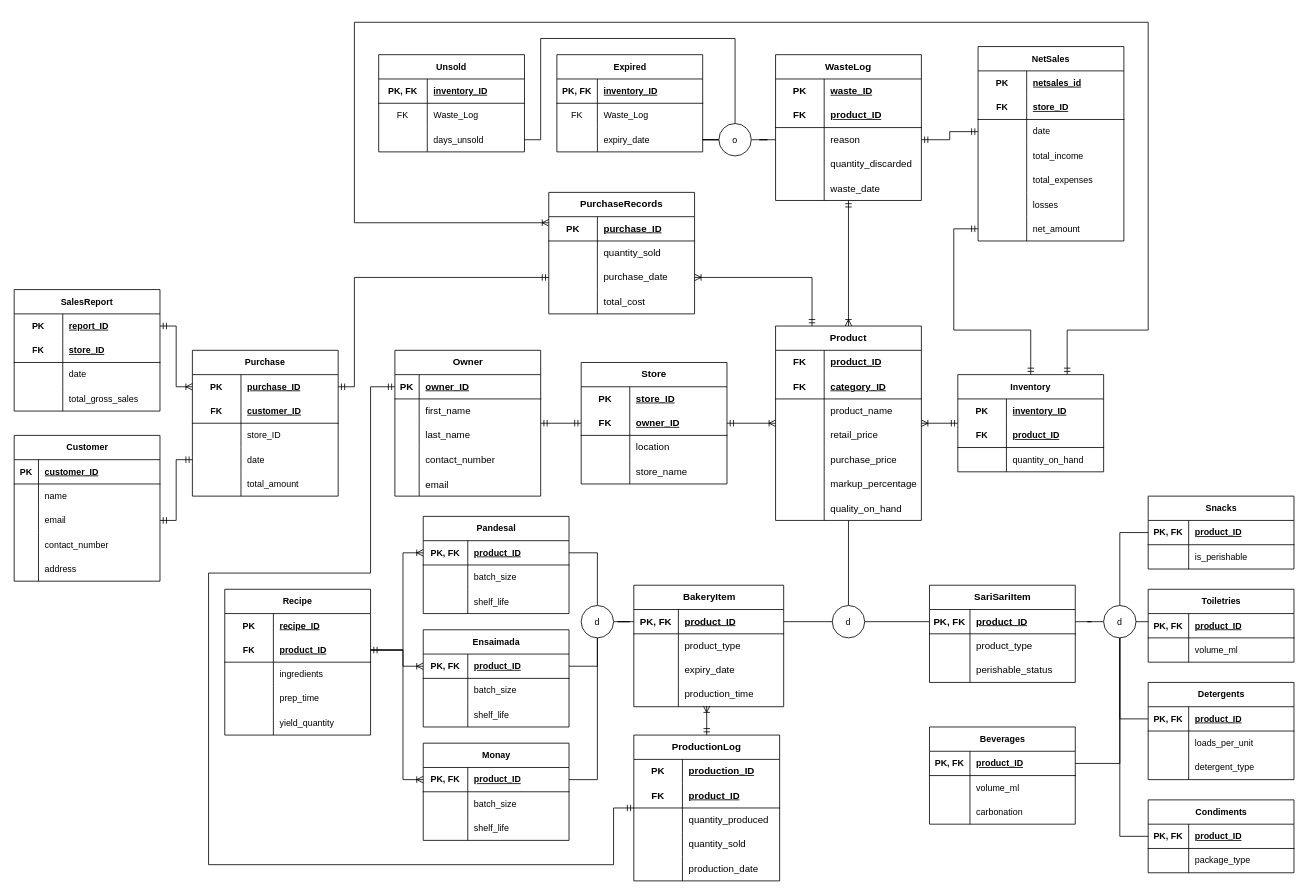
The draw.io diagram Reworked ERD.drawio in ConnedMaster/ITS131P, before the edit. Source tidied: cells renumbered, new cells numbered last; positions are measured from the earlier drawing's top-left corner, leaving out a move shared by most shapes. Both pictures are drawn from the tidied source at 81%, with x=0, y=0 at pixel (14, 22).
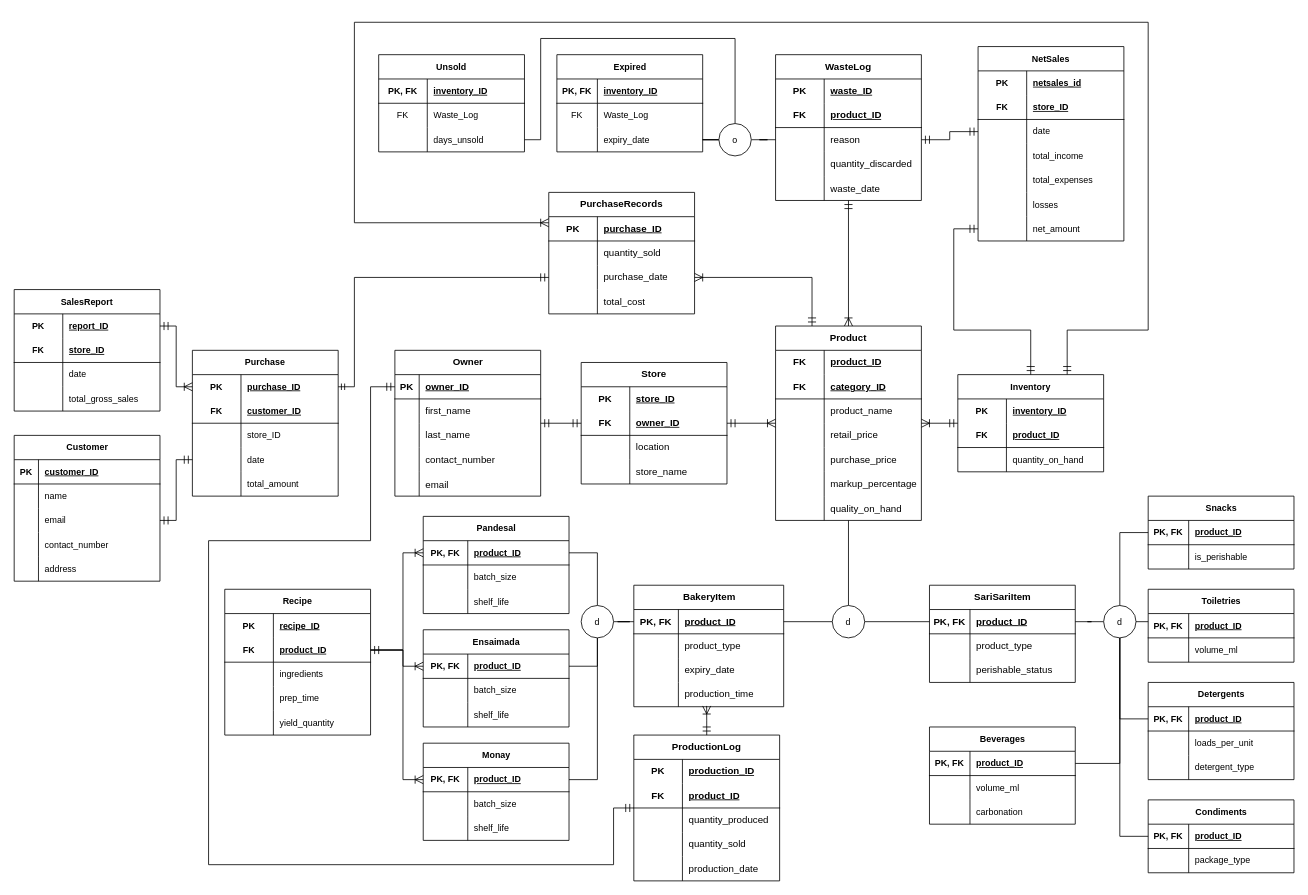
After the change.

Unchanged cells that the change refers to:
```xml
<mxCell id="34" value="Product" style="shape=table;startSize=30;childLayout=tableLayout;rowLines=0;fontStyle=1;align=center;html=1;whiteSpace=wrap;" parent="1" vertex="1">
  <mxGeometry x="940" y="375" width="180" height="240" as="geometry" />
</mxCell>
<mxCell id="56" value="WasteLog" style="shape=table;startSize=30;childLayout=tableLayout;rowLines=0;fontStyle=1;align=center;html=1;whiteSpace=wrap;" parent="1" vertex="1">
  <mxGeometry x="940" y="40" width="180" height="180" as="geometry" />
</mxCell>
<mxCell id="63" style="shape=tableRow;horizontal=0;startSize=0;swimlaneHead=0;swimlaneBody=0;fillColor=none;points=[[0,0.5],[1,0.5]];portConstraint=eastwest;top=0;left=0;right=0;bottom=0;html=1;" parent="56" vertex="1">
  <mxGeometry y="90" width="180" height="30" as="geometry" />
</mxCell>
<mxCell id="72" value="Owner" style="shape=table;startSize=30;childLayout=tableLayout;rowLines=0;fontStyle=1;align=center;html=1;" parent="1" vertex="1">
  <mxGeometry x="470" y="405" width="180" height="180" as="geometry" />
</mxCell>
<mxCell id="73" style="shape=tableRow;horizontal=0;startSize=0;swimlaneHead=0;swimlaneBody=0;fillColor=none;points=[[0,0.5],[1,0.5]];portConstraint=eastwest;top=0;left=0;right=0;bottom=1;" parent="72" vertex="1">
  <mxGeometry y="30" width="180" height="30" as="geometry" />
</mxCell>
<mxCell id="88" value="Store" style="shape=table;startSize=30;childLayout=tableLayout;rowLines=0;fontStyle=1;align=center;html=1;whiteSpace=wrap;" parent="1" vertex="1">
  <mxGeometry x="700" y="420" width="180" height="150" as="geometry" />
</mxCell>
<mxCell id="92" style="shape=tableRow;horizontal=0;startSize=0;swimlaneHead=0;swimlaneBody=0;fillColor=none;points=[[0,0.5],[1,0.5]];portConstraint=eastwest;top=0;left=0;right=0;bottom=1;html=1;" parent="88" vertex="1">
  <mxGeometry y="60" width="180" height="30" as="geometry" />
</mxCell>
<mxCell id="101" value="PurchaseRecords" style="shape=table;startSize=30;childLayout=tableLayout;rowLines=0;fontStyle=1;align=center;html=1;whiteSpace=wrap;" parent="1" vertex="1">
  <mxGeometry x="660" y="210" width="180" height="150" as="geometry" />
</mxCell>
<mxCell id="108" style="shape=tableRow;horizontal=0;startSize=0;swimlaneHead=0;swimlaneBody=0;fillColor=none;points=[[0,0.5],[1,0.5]];portConstraint=eastwest;top=0;left=0;right=0;bottom=0;html=1;" parent="101" vertex="1">
  <mxGeometry y="90" width="180" height="30" as="geometry" />
</mxCell>
<mxCell id="114" value="ProductionLog" style="shape=table;startSize=30;childLayout=tableLayout;rowLines=0;fontStyle=1;align=center;html=1;whiteSpace=wrap;" parent="1" vertex="1">
  <mxGeometry x="765" y="880" width="180" height="180" as="geometry" />
</mxCell>
<mxCell id="140" style="shape=tableRow;horizontal=0;startSize=0;swimlaneHead=0;swimlaneBody=0;fillColor=none;points=[[0,0.5],[1,0.5]];portConstraint=eastwest;top=0;left=0;right=0;bottom=0;" parent="130" vertex="1">
  <mxGeometry y="120" width="185" height="30" as="geometry" />
</mxCell>
<mxCell id="143" value="Inventory" style="shape=table;startSize=30;childLayout=tableLayout;rowLines=0;fontStyle=1;align=center;html=1;whiteSpace=wrap;fontFamily=Helvetica;fontSize=11;fontColor=default;labelBackgroundColor=default;" parent="1" vertex="1">
  <mxGeometry x="1165" y="435" width="180" height="120" as="geometry" />
</mxCell>
<mxCell id="170" style="shape=tableRow;horizontal=0;startSize=0;swimlaneHead=0;swimlaneBody=0;fillColor=none;points=[[0,0.5],[1,0.5]];portConstraint=eastwest;top=0;left=0;right=0;bottom=0;html=1;fontFamily=Helvetica;fontSize=11;fontColor=default;labelBackgroundColor=default;" parent="163" vertex="1">
  <mxGeometry y="90" width="180" height="30" as="geometry" />
</mxCell>
<mxCell id="182" style="shape=tableRow;horizontal=0;startSize=0;swimlaneHead=0;swimlaneBody=0;fillColor=none;points=[[0,0.5],[1,0.5]];portConstraint=eastwest;top=0;left=0;right=0;bottom=0;fontFamily=Helvetica;fontSize=11;fontColor=default;labelBackgroundColor=default;" parent="163" vertex="1">
  <mxGeometry y="210" width="180" height="30" as="geometry" />
</mxCell>
<mxCell id="189" style="shape=tableRow;horizontal=0;startSize=0;swimlaneHead=0;swimlaneBody=0;fillColor=none;points=[[0,0.5],[1,0.5]];portConstraint=eastwest;top=0;left=0;right=0;bottom=1;html=1;fontFamily=Helvetica;fontSize=11;fontColor=default;labelBackgroundColor=default;" parent="185" vertex="1">
  <mxGeometry y="60" width="180" height="30" as="geometry" />
</mxCell>
<mxCell id="203" style="shape=tableRow;horizontal=0;startSize=0;swimlaneHead=0;swimlaneBody=0;fillColor=none;points=[[0,0.5],[1,0.5]];portConstraint=eastwest;top=0;left=0;right=0;bottom=0;html=1;fontFamily=Helvetica;fontSize=11;fontColor=default;labelBackgroundColor=default;" parent="202" vertex="1">
  <mxGeometry y="30" width="180" height="30" as="geometry" />
</mxCell>
<mxCell id="222" style="shape=tableRow;horizontal=0;startSize=0;swimlaneHead=0;swimlaneBody=0;fillColor=none;points=[[0,0.5],[1,0.5]];portConstraint=eastwest;top=0;left=0;right=0;bottom=0;fontFamily=Helvetica;fontSize=11;fontColor=default;labelBackgroundColor=default;" parent="215" vertex="1">
  <mxGeometry y="90" width="180" height="30" as="geometry" />
</mxCell>
<mxCell id="232" style="shape=tableRow;horizontal=0;startSize=0;swimlaneHead=0;swimlaneBody=0;fillColor=none;points=[[0,0.5],[1,0.5]];portConstraint=eastwest;top=0;left=0;right=0;bottom=0;html=1;fontFamily=Helvetica;fontSize=11;fontColor=default;labelBackgroundColor=default;" parent="231" vertex="1">
  <mxGeometry y="30" width="180" height="30" as="geometry" />
</mxCell>
<mxCell id="241" style="shape=tableRow;horizontal=0;startSize=0;swimlaneHead=0;swimlaneBody=0;fillColor=none;points=[[0,0.5],[1,0.5]];portConstraint=eastwest;top=0;left=0;right=0;bottom=0;html=1;fontFamily=Helvetica;fontSize=11;fontColor=default;labelBackgroundColor=default;" parent="231" vertex="1">
  <mxGeometry y="120" width="180" height="30" as="geometry" />
</mxCell>
<mxCell id="248" style="shape=tableRow;horizontal=0;startSize=0;swimlaneHead=0;swimlaneBody=0;fillColor=none;points=[[0,0.5],[1,0.5]];portConstraint=eastwest;top=0;left=0;right=0;bottom=1;fontFamily=Helvetica;fontSize=11;fontColor=default;labelBackgroundColor=default;" parent="247" vertex="1">
  <mxGeometry y="30" width="180" height="30" as="geometry" />
</mxCell>
<mxCell id="258" style="shape=tableRow;horizontal=0;startSize=0;swimlaneHead=0;swimlaneBody=0;fillColor=none;points=[[0,0.5],[1,0.5]];portConstraint=eastwest;top=0;left=0;right=0;bottom=1;fontFamily=Helvetica;fontSize=11;fontColor=default;labelBackgroundColor=default;" parent="257" vertex="1">
  <mxGeometry y="30" width="180" height="30" as="geometry" />
</mxCell>
<mxCell id="268" style="shape=tableRow;horizontal=0;startSize=0;swimlaneHead=0;swimlaneBody=0;fillColor=none;points=[[0,0.5],[1,0.5]];portConstraint=eastwest;top=0;left=0;right=0;bottom=1;fontFamily=Helvetica;fontSize=11;fontColor=default;labelBackgroundColor=default;" parent="267" vertex="1">
  <mxGeometry y="30" width="180" height="30" as="geometry" />
</mxCell>
```

What changed in the source:
```diff
@@
-    <mxCell id="17" style="edgeStyle=orthogonalEdgeStyle;shape=connector;rounded=0;jettySize=auto;html=1;strokeColor=default;align=center;verticalAlign=middle;fontFamily=Helvetica;fontSize=11;fontColor=default;labelBackgroundColor=default;startFill=0;endArrow=ERmandOne;exitX=0;exitY=0.25;exitDx=0;exitDy=0;endFill=0;startArrow=ERoneToMany;entryX=0.75;entryY=0;entryDx=0;entryDy=0;" parent="1" edge="1" source="101" target="143">
+    <mxCell id="17" style="edgeStyle=orthogonalEdgeStyle;shape=connector;rounded=0;jettySize=auto;html=1;strokeColor=default;align=center;verticalAlign=middle;fontFamily=Helvetica;fontSize=11;fontColor=default;labelBackgroundColor=default;startFill=0;endArrow=ERmandOne;exitX=0;exitY=0.25;exitDx=0;exitDy=0;endFill=0;startArrow=ERoneToMany;entryX=0.75;entryY=0;entryDx=0;entryDy=0;endSize=8;startSize=8;" parent="1" edge="1" source="101" target="143">
       <mxGeometry relative="1" as="geometry">
         <Array as="points">
           <mxPoint x="420" y="248" />
           <mxPoint x="420" />
           <mxPoint x="1400" />
           <mxPoint x="1400" y="380" />
           <mxPoint x="1300" y="380" />
         </Array>
       </mxGeometry>
     </mxCell>
-    <mxCell id="18" style="edgeStyle=orthogonalEdgeStyle;shape=connector;rounded=0;jettySize=auto;html=1;entryX=1;entryY=0.5;entryDx=0;entryDy=0;strokeColor=default;align=center;verticalAlign=middle;fontFamily=Helvetica;fontSize=11;fontColor=default;labelBackgroundColor=default;endArrow=ERmandOne;endFill=0;startArrow=ERoneToMany;startFill=0;exitX=0;exitY=0.5;exitDx=0;exitDy=0;" parent="1" edge="1" source="232" target="203">
+    <mxCell id="18" style="edgeStyle=orthogonalEdgeStyle;shape=connector;rounded=0;jettySize=auto;html=1;entryX=1;entryY=0.5;entryDx=0;entryDy=0;strokeColor=default;align=center;verticalAlign=middle;fontFamily=Helvetica;fontSize=11;fontColor=default;labelBackgroundColor=default;endArrow=ERmandOne;endFill=0;startArrow=ERoneToMany;startFill=0;exitX=0;exitY=0.5;exitDx=0;exitDy=0;startSize=8;endSize=8;" parent="1" edge="1" source="232" target="203">
       <mxGeometry relative="1" as="geometry">
         <Array as="points">
           <mxPoint x="200" y="450" />
           <mxPoint x="200" y="375" />
         </Array>
       </mxGeometry>
     </mxCell>
@@
-    <mxCell id="23" style="edgeStyle=orthogonalEdgeStyle;shape=connector;rounded=0;jettySize=auto;html=1;entryX=0.25;entryY=0;entryDx=0;entryDy=0;strokeColor=default;align=center;verticalAlign=middle;fontFamily=Helvetica;fontSize=11;fontColor=default;labelBackgroundColor=default;startFill=0;endArrow=ERmandOne;startArrow=ERoneToMany;endFill=0;exitX=1;exitY=0.5;exitDx=0;exitDy=0;" parent="1" edge="1" source="108" target="34">
+    <mxCell id="23" style="edgeStyle=orthogonalEdgeStyle;shape=connector;rounded=0;jettySize=auto;html=1;entryX=0.25;entryY=0;entryDx=0;entryDy=0;strokeColor=default;align=center;verticalAlign=middle;fontFamily=Helvetica;fontSize=11;fontColor=default;labelBackgroundColor=default;startFill=0;endArrow=ERmandOne;startArrow=ERoneToMany;endFill=0;exitX=1;exitY=0.5;exitDx=0;exitDy=0;startSize=8;endSize=8;" parent="1" edge="1" source="108" target="34">
       <mxGeometry relative="1" as="geometry">
         <Array as="points">
           <mxPoint x="985" y="315" />
         </Array>
       </mxGeometry>
     </mxCell>
@@
-    <mxCell id="153" style="edgeStyle=orthogonalEdgeStyle;fontSize=12;html=1;endArrow=ERmandOne;startArrow=ERmandOne;rounded=0;strokeColor=default;align=center;verticalAlign=middle;fontFamily=Helvetica;fontColor=default;labelBackgroundColor=default;entryX=0;entryY=0.5;entryDx=0;entryDy=0;exitX=1;exitY=0.5;exitDx=0;exitDy=0;" parent="1" edge="1" source="222" target="241">
+    <mxCell id="153" style="edgeStyle=orthogonalEdgeStyle;fontSize=12;html=1;endArrow=ERmandOne;startArrow=ERmandOne;rounded=0;strokeColor=default;align=center;verticalAlign=middle;fontFamily=Helvetica;fontColor=default;labelBackgroundColor=default;entryX=0;entryY=0.5;entryDx=0;entryDy=0;exitX=1;exitY=0.5;exitDx=0;exitDy=0;startSize=8;endSize=8;" parent="1" edge="1" source="222" target="241">
       <mxGeometry relative="1" as="geometry">
         <Array as="points">
           <mxPoint x="200" y="615" />
           <mxPoint x="200" y="540" />
         </Array>
       </mxGeometry>
     </mxCell>
-    <mxCell id="154" style="fontSize=12;html=1;endArrow=ERmandOne;startArrow=ERmandOne;rounded=0;strokeColor=default;align=center;verticalAlign=middle;fontFamily=Helvetica;fontColor=default;labelBackgroundColor=default;entryX=1;entryY=0.5;entryDx=0;entryDy=0;exitX=0;exitY=0.5;exitDx=0;exitDy=0;edgeStyle=orthogonalEdgeStyle;" parent="1" edge="1" source="108" target="232">
+    <mxCell id="154" style="fontSize=12;html=1;endArrow=ERmandOne;startArrow=ERmandOne;rounded=0;strokeColor=default;align=center;verticalAlign=middle;fontFamily=Helvetica;fontColor=default;labelBackgroundColor=default;entryX=1;entryY=0.5;entryDx=0;entryDy=0;exitX=0;exitY=0.5;exitDx=0;exitDy=0;edgeStyle=orthogonalEdgeStyle;strokeWidth=1;startSize=8;" parent="1" edge="1" source="108" target="232">
       <mxGeometry relative="1" as="geometry">
         <Array as="points">
           <mxPoint x="420" y="315" />
           <mxPoint x="420" y="450" />
         </Array>
       </mxGeometry>
     </mxCell>
-    <mxCell id="155" style="edgeStyle=orthogonalEdgeStyle;fontSize=12;html=1;endArrow=ERoneToMany;startArrow=ERmandOne;rounded=0;strokeColor=default;align=center;verticalAlign=middle;fontFamily=Helvetica;fontColor=default;labelBackgroundColor=default;exitX=0.5;exitY=1;exitDx=0;exitDy=0;entryX=0.5;entryY=0;entryDx=0;entryDy=0;" parent="1" edge="1" source="56" target="34">
+    <mxCell id="155" style="edgeStyle=orthogonalEdgeStyle;fontSize=12;html=1;endArrow=ERoneToMany;startArrow=ERmandOne;rounded=0;strokeColor=default;align=center;verticalAlign=middle;fontFamily=Helvetica;fontColor=default;labelBackgroundColor=default;exitX=0.5;exitY=1;exitDx=0;exitDy=0;entryX=0.5;entryY=0;entryDx=0;entryDy=0;startSize=8;endSize=8;" parent="1" edge="1" source="56" target="34">
       <mxGeometry relative="1" as="geometry" />
     </mxCell>
-    <mxCell id="156" style="edgeStyle=orthogonalEdgeStyle;fontSize=12;html=1;endArrow=ERmandOne;startArrow=ERmandOne;rounded=0;strokeColor=default;align=center;verticalAlign=middle;fontFamily=Helvetica;fontColor=default;labelBackgroundColor=default;entryX=0;entryY=0.5;entryDx=0;entryDy=0;exitX=1;exitY=0.5;exitDx=0;exitDy=0;" parent="1" edge="1" source="63" target="170">
+    <mxCell id="156" style="edgeStyle=orthogonalEdgeStyle;fontSize=12;html=1;endArrow=ERmandOne;startArrow=ERmandOne;rounded=0;strokeColor=default;align=center;verticalAlign=middle;fontFamily=Helvetica;fontColor=default;labelBackgroundColor=default;entryX=0;entryY=0.5;entryDx=0;entryDy=0;exitX=1;exitY=0.5;exitDx=0;exitDy=0;startSize=8;endSize=8;" parent="1" edge="1" source="63" target="170">
       <mxGeometry relative="1" as="geometry" />
     </mxCell>
-    <mxCell id="157" style="edgeStyle=orthogonalEdgeStyle;fontSize=12;html=1;endArrow=ERoneToMany;startArrow=ERmandOne;rounded=0;strokeColor=default;align=center;verticalAlign=middle;fontFamily=Helvetica;fontColor=default;labelBackgroundColor=default;entryX=1;entryY=0.5;entryDx=0;entryDy=0;exitX=0;exitY=0.5;exitDx=0;exitDy=0;" parent="1" edge="1" source="143" target="34">
+    <mxCell id="157" style="edgeStyle=orthogonalEdgeStyle;fontSize=12;html=1;endArrow=ERoneToMany;startArrow=ERmandOne;rounded=0;strokeColor=default;align=center;verticalAlign=middle;fontFamily=Helvetica;fontColor=default;labelBackgroundColor=default;entryX=1;entryY=0.5;entryDx=0;entryDy=0;exitX=0;exitY=0.5;exitDx=0;exitDy=0;startSize=8;endSize=8;" parent="1" edge="1" source="143" target="34">
       <mxGeometry relative="1" as="geometry" />
     </mxCell>
-    <mxCell id="158" style="edgeStyle=orthogonalEdgeStyle;fontSize=12;html=1;endArrow=ERmandOne;startArrow=ERmandOne;rounded=0;strokeColor=default;align=center;verticalAlign=middle;fontFamily=Helvetica;fontColor=default;labelBackgroundColor=default;entryX=0;entryY=0.5;entryDx=0;entryDy=0;exitX=0.5;exitY=0;exitDx=0;exitDy=0;" parent="1" edge="1" source="143" target="182">
+    <mxCell id="158" style="edgeStyle=orthogonalEdgeStyle;fontSize=12;html=1;endArrow=ERmandOne;startArrow=ERmandOne;rounded=0;strokeColor=default;align=center;verticalAlign=middle;fontFamily=Helvetica;fontColor=default;labelBackgroundColor=default;entryX=0;entryY=0.5;entryDx=0;entryDy=0;exitX=0.5;exitY=0;exitDx=0;exitDy=0;startSize=8;endSize=8;" parent="1" edge="1" source="143" target="182">
       <mxGeometry relative="1" as="geometry">
         <Array as="points">
           <mxPoint x="1255" y="380" />
           <mxPoint x="1160" y="380" />
           <mxPoint x="1160" y="255" />
         </Array>
       </mxGeometry>
     </mxCell>
-    <mxCell id="159" style="edgeStyle=orthogonalEdgeStyle;fontSize=12;html=1;endArrow=ERoneToMany;startArrow=ERmandOne;rounded=0;strokeColor=default;align=center;verticalAlign=middle;fontFamily=Helvetica;fontColor=default;labelBackgroundColor=default;entryX=0;entryY=0.5;entryDx=0;entryDy=0;exitX=1;exitY=0.5;exitDx=0;exitDy=0;" parent="1" edge="1" source="88" target="34">
+    <mxCell id="159" style="edgeStyle=orthogonalEdgeStyle;fontSize=12;html=1;endArrow=ERoneToMany;startArrow=ERmandOne;rounded=0;strokeColor=default;align=center;verticalAlign=middle;fontFamily=Helvetica;fontColor=default;labelBackgroundColor=default;entryX=0;entryY=0.5;entryDx=0;entryDy=0;exitX=1;exitY=0.5;exitDx=0;exitDy=0;startSize=8;endSize=8;" parent="1" edge="1" source="88" target="34">
       <mxGeometry relative="1" as="geometry" />
     </mxCell>
-    <mxCell id="160" style="edgeStyle=orthogonalEdgeStyle;fontSize=12;html=1;endArrow=ERmandOne;startArrow=ERmandOne;rounded=0;strokeColor=default;align=center;verticalAlign=middle;fontFamily=Helvetica;fontColor=default;labelBackgroundColor=default;entryX=0;entryY=0.5;entryDx=0;entryDy=0;exitX=1;exitY=0.5;exitDx=0;exitDy=0;" parent="1" edge="1" source="72" target="92">
+    <mxCell id="160" style="edgeStyle=orthogonalEdgeStyle;fontSize=12;html=1;endArrow=ERmandOne;startArrow=ERmandOne;rounded=0;strokeColor=default;align=center;verticalAlign=middle;fontFamily=Helvetica;fontColor=default;labelBackgroundColor=default;entryX=0;entryY=0.5;entryDx=0;entryDy=0;exitX=1;exitY=0.5;exitDx=0;exitDy=0;startSize=8;endSize=8;" parent="1" edge="1" source="72" target="92">
       <mxGeometry relative="1" as="geometry" />
     </mxCell>
-    <mxCell id="161" style="edgeStyle=orthogonalEdgeStyle;fontSize=12;html=1;endArrow=ERmandOne;startArrow=ERmandOne;rounded=0;strokeColor=default;align=center;verticalAlign=middle;fontFamily=Helvetica;fontColor=default;labelBackgroundColor=default;exitX=0;exitY=0.5;exitDx=0;exitDy=0;entryX=0;entryY=0.5;entryDx=0;entryDy=0;" parent="1" edge="1" source="114" target="73">
+    <mxCell id="161" style="edgeStyle=orthogonalEdgeStyle;fontSize=12;html=1;endArrow=ERmandOne;startArrow=ERmandOne;rounded=0;strokeColor=default;align=center;verticalAlign=middle;fontFamily=Helvetica;fontColor=default;labelBackgroundColor=default;exitX=0;exitY=0.5;exitDx=0;exitDy=0;entryX=0;entryY=0.5;entryDx=0;entryDy=0;startSize=8;endSize=8;" parent="1" edge="1" source="114" target="73">
       <mxGeometry relative="1" as="geometry">
         <Array as="points">
           <mxPoint x="740" y="970" />
           <mxPoint x="740" y="1040" />
           <mxPoint x="240" y="1040" />
-          <mxPoint x="240" y="680" />
-          <mxPoint x="440" y="680" />
+          <mxPoint x="240" y="640" />
+          <mxPoint x="440" y="640" />
           <mxPoint x="440" y="450" />
         </Array>
       </mxGeometry>
     </mxCell>
-    <mxCell id="162" style="edgeStyle=orthogonalEdgeStyle;fontSize=12;html=1;endArrow=ERoneToMany;startArrow=ERmandOne;rounded=0;strokeColor=default;align=center;verticalAlign=middle;fontFamily=Helvetica;fontColor=default;labelBackgroundColor=default;entryX=0.486;entryY=0.967;entryDx=0;entryDy=0;entryPerimeter=0;exitX=0.5;exitY=0;exitDx=0;exitDy=0;" parent="1" edge="1" source="114" target="140">
+    <mxCell id="162" style="edgeStyle=orthogonalEdgeStyle;fontSize=12;html=1;endArrow=ERoneToMany;startArrow=ERmandOne;rounded=0;strokeColor=default;align=center;verticalAlign=middle;fontFamily=Helvetica;fontColor=default;labelBackgroundColor=default;entryX=0.486;entryY=0.967;entryDx=0;entryDy=0;entryPerimeter=0;exitX=0.5;exitY=0;exitDx=0;exitDy=0;startSize=8;endSize=8;" parent="1" edge="1" source="114" target="140">
       <mxGeometry relative="1" as="geometry" />
     </mxCell>
@@
-    <mxCell id="201" style="edgeStyle=orthogonalEdgeStyle;fontSize=12;html=1;endArrow=ERoneToMany;startArrow=ERmandOne;rounded=0;strokeColor=default;align=center;verticalAlign=middle;fontFamily=Helvetica;fontColor=default;labelBackgroundColor=default;exitX=1;exitY=0.5;exitDx=0;exitDy=0;entryX=0;entryY=0.5;entryDx=0;entryDy=0;" parent="1" edge="1" source="189" target="248">
+    <mxCell id="201" style="edgeStyle=orthogonalEdgeStyle;fontSize=12;html=1;endArrow=ERoneToMany;startArrow=ERmandOne;rounded=0;strokeColor=default;align=center;verticalAlign=middle;fontFamily=Helvetica;fontColor=default;labelBackgroundColor=default;exitX=1;exitY=0.5;exitDx=0;exitDy=0;entryX=0;entryY=0.5;entryDx=0;entryDy=0;startSize=8;endSize=8;" parent="1" edge="1" source="189" target="248">
       <mxGeometry relative="1" as="geometry">
         <Array as="points">
           <mxPoint x="480" y="775" />
           <mxPoint x="480" y="655" />
         </Array>
       </mxGeometry>
     </mxCell>
@@
-    <mxCell id="277" style="edgeStyle=orthogonalEdgeStyle;shape=connector;rounded=0;jettySize=auto;html=1;entryX=1;entryY=0.5;entryDx=0;entryDy=0;strokeColor=default;align=center;verticalAlign=middle;fontFamily=Helvetica;fontSize=11;fontColor=default;labelBackgroundColor=default;endArrow=none;endFill=0;startArrow=ERoneToMany;startFill=0;exitX=0;exitY=0.5;exitDx=0;exitDy=0;" parent="1" edge="1" source="258" target="189">
+    <mxCell id="277" style="edgeStyle=orthogonalEdgeStyle;shape=connector;rounded=0;jettySize=auto;html=1;entryX=1;entryY=0.5;entryDx=0;entryDy=0;strokeColor=default;align=center;verticalAlign=middle;fontFamily=Helvetica;fontSize=11;fontColor=default;labelBackgroundColor=default;endArrow=none;endFill=0;startArrow=ERoneToMany;startFill=0;exitX=0;exitY=0.5;exitDx=0;exitDy=0;startSize=8;endSize=8;" parent="1" edge="1" source="258" target="189">
       <mxGeometry relative="1" as="geometry">
         <Array as="points">
           <mxPoint x="480" y="795" />
           <mxPoint x="480" y="775" />
         </Array>
       </mxGeometry>
     </mxCell>
-    <mxCell id="278" style="edgeStyle=orthogonalEdgeStyle;shape=connector;rounded=0;jettySize=auto;html=1;entryX=1;entryY=0.5;entryDx=0;entryDy=0;strokeColor=default;align=center;verticalAlign=middle;fontFamily=Helvetica;fontSize=11;fontColor=default;labelBackgroundColor=default;endArrow=none;endFill=0;startArrow=ERoneToMany;startFill=0;exitX=0;exitY=0.5;exitDx=0;exitDy=0;" parent="1" edge="1" source="268" target="189">
+    <mxCell id="278" style="edgeStyle=orthogonalEdgeStyle;shape=connector;rounded=0;jettySize=auto;html=1;entryX=1;entryY=0.5;entryDx=0;entryDy=0;strokeColor=default;align=center;verticalAlign=middle;fontFamily=Helvetica;fontSize=11;fontColor=default;labelBackgroundColor=default;endArrow=none;endFill=0;startArrow=ERoneToMany;startFill=0;exitX=0;exitY=0.5;exitDx=0;exitDy=0;startSize=8;endSize=8;" parent="1" edge="1" source="268" target="189">
       <mxGeometry relative="1" as="geometry">
         <Array as="points">
           <mxPoint x="480" y="935" />
           <mxPoint x="480" y="775" />
         </Array>
       </mxGeometry>
     </mxCell>
```
